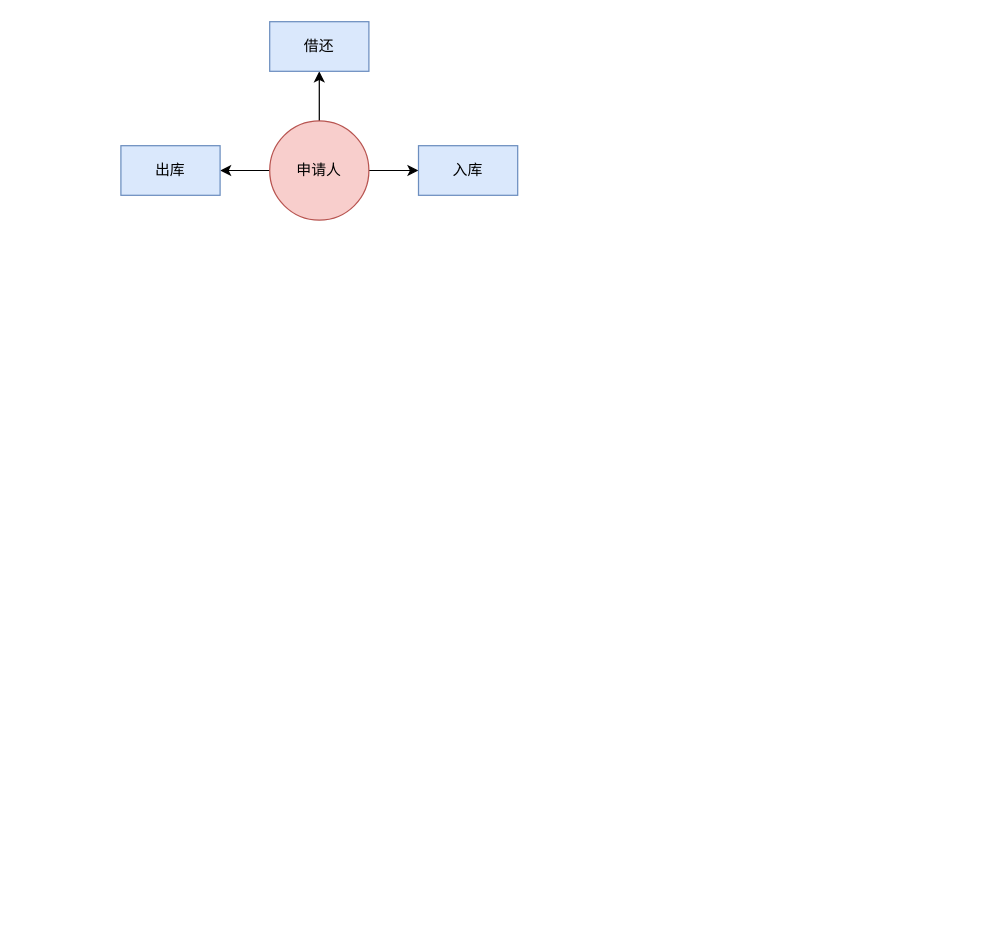
vsine/LIMS keeps this draw.io diagram as LIMS.drawio. Above is the earlier version. Source tidied: cells renumbered, new cells numbered last; positions are measured from the earlier drawing's top-left corner, leaving out a move shared by most shapes. Both pictures are drawn from the tidied source at 124%, with x=0, y=0 at pixel (120, 21).
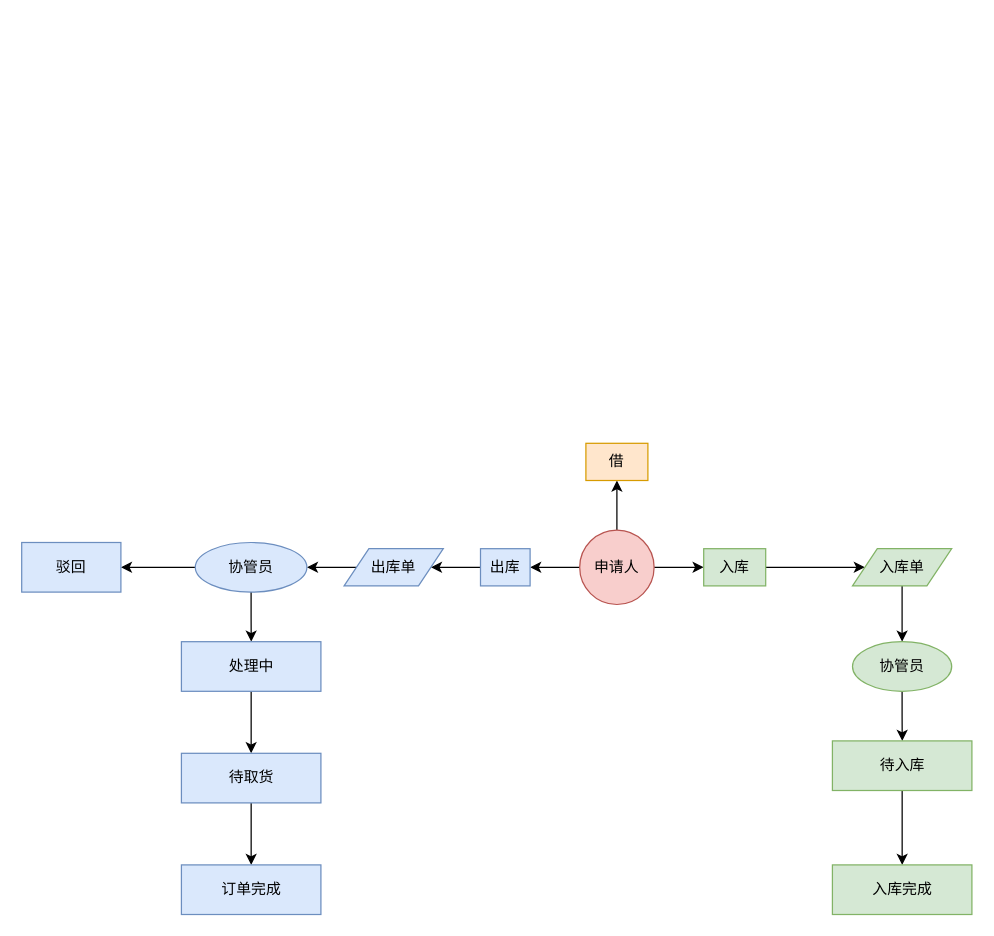
The same diagram, later.

What changed in the source:
```diff
@@
-    <mxCell id="2" style="edgeStyle=orthogonalEdgeStyle;rounded=0;jettySize=auto;html=1;" parent="1" edge="1" source="5" target="6">
-      <mxGeometry relative="1" as="geometry" />
-    </mxCell>
@@
+    <mxCell id="9" style="edgeStyle=orthogonalEdgeStyle;rounded=0;jettySize=auto;html=1;" parent="1" edge="1" source="5" target="11">
+      <mxGeometry relative="1" as="geometry" />
+    </mxCell>
@@
-    <mxCell id="5" value="申请人" style="ellipse;whiteSpace=wrap;html=1;fillColor=#f8cecc;strokeColor=#b85450;" parent="1" vertex="1">
-      <mxGeometry x="120" y="80" width="80" height="80" as="geometry" />
+    <mxCell id="5" value="申请人" style="ellipse;whiteSpace=wrap;html=1;fillColor=#f8cecc;strokeColor=#b85450;align=center;" parent="1" vertex="1">
+      <mxGeometry x="370" y="410" width="60" height="60" as="geometry" />
     </mxCell>
-    <mxCell id="6" value="借还" style="rounded=0;whiteSpace=wrap;html=1;fillColor=#dae8fc;strokeColor=#6c8ebf;" parent="1" vertex="1">
-      <mxGeometry x="120" width="80" height="40" as="geometry" />
-    </mxCell>
+    <mxCell id="10" style="edgeStyle=orthogonalEdgeStyle;rounded=0;jettySize=auto;html=1;" parent="1" edge="1" source="7" target="14">
+      <mxGeometry relative="1" as="geometry" />
+    </mxCell>
     <mxCell id="7" value="出库" style="rounded=0;whiteSpace=wrap;html=1;fillColor=#dae8fc;strokeColor=#6c8ebf;" parent="1" vertex="1">
-      <mxGeometry y="100" width="80" height="40" as="geometry" />
+      <mxGeometry x="290" y="425" width="40" height="30" as="geometry" />
     </mxCell>
+    <mxCell id="11" value="借" style="rounded=0;whiteSpace=wrap;html=1;fillColor=#ffe6cc;strokeColor=#d79b00;imageHeight=24;imageWidth=24;" parent="1" vertex="1">
+      <mxGeometry x="375" y="340" width="50" height="30" as="geometry" />
+    </mxCell>
+    <mxCell id="12" style="edgeStyle=orthogonalEdgeStyle;rounded=0;jettySize=auto;html=1;" parent="1" edge="1" source="8">
+      <mxGeometry relative="1" as="geometry">
+        <mxPoint x="600" y="440" as="targetPoint" />
+      </mxGeometry>
+    </mxCell>
-    <mxCell id="8" value="入库" style="rounded=0;whiteSpace=wrap;html=1;fillColor=#dae8fc;strokeColor=#6c8ebf;" parent="1" vertex="1">
-      <mxGeometry x="240" y="100" width="80" height="40" as="geometry" />
+    <mxCell id="8" value="入库" style="rounded=0;whiteSpace=wrap;html=1;fillColor=#d5e8d4;strokeColor=#82b366;" parent="1" vertex="1">
+      <mxGeometry x="470" y="425" width="50" height="30" as="geometry" />
     </mxCell>
+    <mxCell id="13" style="edgeStyle=orthogonalEdgeStyle;rounded=0;jettySize=auto;html=1;" parent="1" edge="1" source="14" target="17">
+      <mxGeometry relative="1" as="geometry" />
+    </mxCell>
+    <mxCell id="14" value="出库单" style="shape=parallelogram;perimeter=parallelogramPerimeter;whiteSpace=wrap;html=1;fixedSize=1;align=center;fillColor=#dae8fc;strokeColor=#6c8ebf;" parent="1" vertex="1">
+      <mxGeometry x="180" y="425" width="80" height="30" as="geometry" />
+    </mxCell>
+    <mxCell id="15" style="edgeStyle=orthogonalEdgeStyle;rounded=0;jettySize=auto;html=1;" parent="1" edge="1" source="17" target="19">
+      <mxGeometry relative="1" as="geometry" />
+    </mxCell>
+    <mxCell id="16" style="edgeStyle=orthogonalEdgeStyle;rounded=0;jettySize=auto;html=1;" parent="1" edge="1" source="17" target="22">
+      <mxGeometry relative="1" as="geometry" />
+    </mxCell>
+    <mxCell id="17" value="协管员" style="ellipse;whiteSpace=wrap;html=1;fillColor=#dae8fc;strokeColor=#6c8ebf;" parent="1" vertex="1">
+      <mxGeometry x="60" y="420" width="90" height="40" as="geometry" />
+    </mxCell>
+    <mxCell id="18" style="edgeStyle=orthogonalEdgeStyle;rounded=0;jettySize=auto;html=1;" parent="1" edge="1" source="19" target="21">
+      <mxGeometry relative="1" as="geometry" />
+    </mxCell>
+    <mxCell id="19" value="处理中" style="whiteSpace=wrap;html=1;strokeColor=#6c8ebf;fillColor=#dae8fc;" parent="1" vertex="1">
+      <mxGeometry x="48.8" y="500" width="112.5" height="40" as="geometry" />
+    </mxCell>
+    <mxCell id="20" style="edgeStyle=orthogonalEdgeStyle;rounded=0;jettySize=auto;html=1;" parent="1" edge="1" source="21" target="23">
+      <mxGeometry relative="1" as="geometry" />
+    </mxCell>
+    <mxCell id="21" value="待取货" style="whiteSpace=wrap;html=1;strokeColor=#6c8ebf;fillColor=#dae8fc;" parent="1" vertex="1">
+      <mxGeometry x="48.8" y="590" width="112.5" height="40" as="geometry" />
+    </mxCell>
+    <mxCell id="22" value="驳回" style="whiteSpace=wrap;html=1;strokeColor=#6c8ebf;fillColor=#dae8fc;" parent="1" vertex="1">
+      <mxGeometry x="-80" y="420" width="80" height="40" as="geometry" />
+    </mxCell>
+    <mxCell id="23" value="订单完成" style="whiteSpace=wrap;html=1;strokeColor=#6c8ebf;fillColor=#dae8fc;" parent="1" vertex="1">
+      <mxGeometry x="48.8" y="680" width="112.5" height="40" as="geometry" />
+    </mxCell>
+    <mxCell id="24" style="edgeStyle=orthogonalEdgeStyle;rounded=0;jettySize=auto;html=1;" parent="1" edge="1" source="25" target="27">
+      <mxGeometry relative="1" as="geometry" />
+    </mxCell>
+    <mxCell id="25" value="入库单" style="shape=parallelogram;perimeter=parallelogramPerimeter;whiteSpace=wrap;html=1;fixedSize=1;align=center;fillColor=#d5e8d4;strokeColor=#82b366;" parent="1" vertex="1">
+      <mxGeometry x="590" y="425" width="80" height="30" as="geometry" />
+    </mxCell>
+    <mxCell id="26" style="edgeStyle=orthogonalEdgeStyle;rounded=0;jettySize=auto;html=1;" parent="1" edge="1" source="27" target="29">
+      <mxGeometry relative="1" as="geometry" />
+    </mxCell>
+    <mxCell id="27" value="协管员" style="ellipse;whiteSpace=wrap;html=1;fillColor=#d5e8d4;strokeColor=#82b366;" parent="1" vertex="1">
+      <mxGeometry x="590" y="500" width="80" height="40" as="geometry" />
+    </mxCell>
+    <mxCell id="28" style="edgeStyle=orthogonalEdgeStyle;rounded=0;jettySize=auto;html=1;" parent="1" edge="1" source="29" target="30">
+      <mxGeometry relative="1" as="geometry" />
+    </mxCell>
+    <mxCell id="29" value="待入库" style="whiteSpace=wrap;html=1;strokeColor=#82b366;fillColor=#d5e8d4;" parent="1" vertex="1">
+      <mxGeometry x="573.8" y="580" width="112.5" height="40" as="geometry" />
+    </mxCell>
+    <mxCell id="30" value="入库完成" style="whiteSpace=wrap;html=1;strokeColor=#82b366;fillColor=#d5e8d4;" parent="1" vertex="1">
+      <mxGeometry x="573.8" y="680" width="112.5" height="40" as="geometry" />
+    </mxCell>
```
